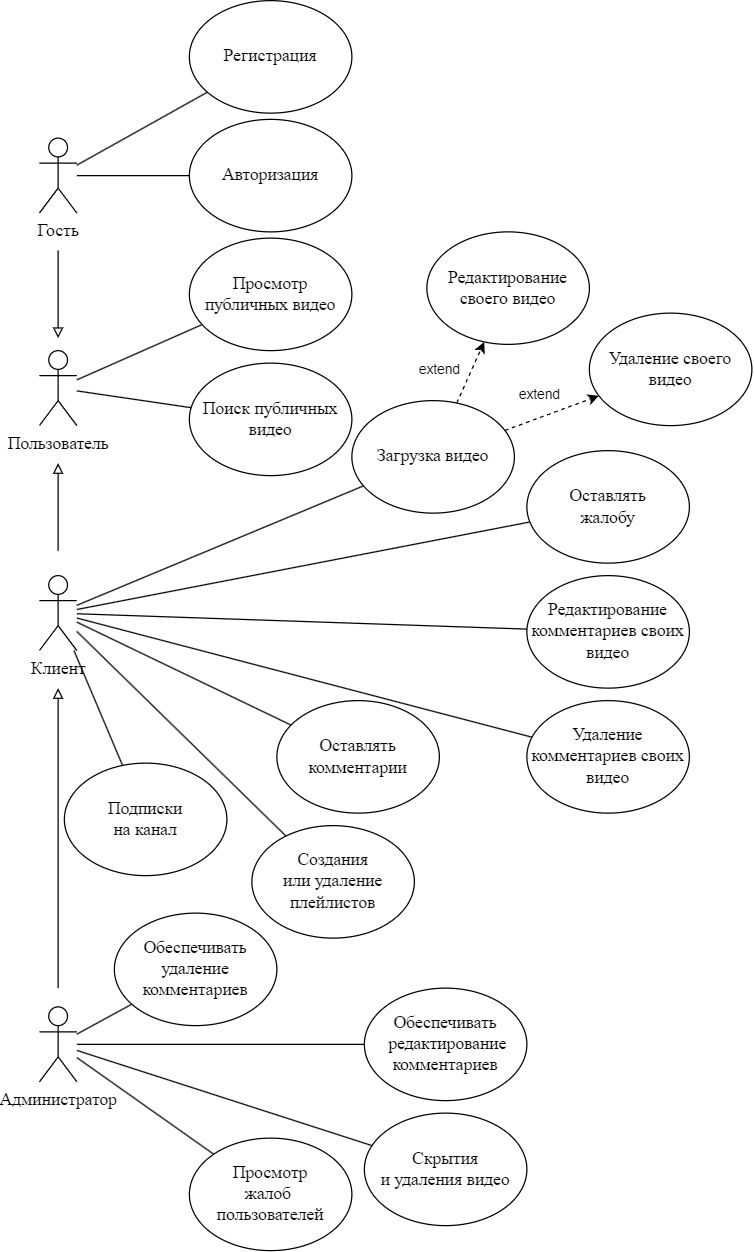
DioMain/BYTUBE keeps this draw.io diagram as USECASE.drawio.png. Above is the earlier version. Source tidied: cells renumbered, new cells last; positions are measured from the earlier drawing's top-left corner, leaving out a move shared by most shapes.
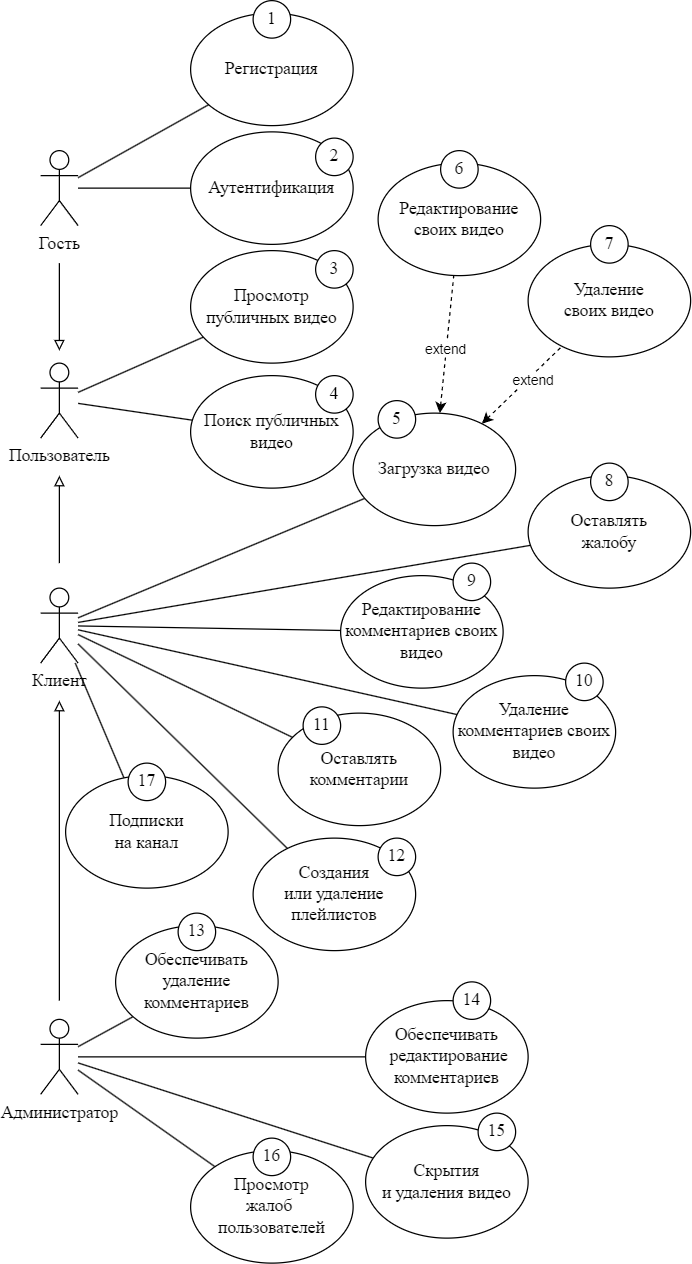
Above is the later version.

Change to the diagram source:
```diff
@@ -86,29 +86,32 @@
     <mxCell id="26" value="Регистрация" style="ellipse;whiteSpace=wrap;html=1;fontFamily=Times New Roman;fontSize=14;" parent="1" vertex="1">
       <mxGeometry x="120" width="130" height="90" as="geometry" />
     </mxCell>
-    <mxCell id="27" value="Авторизация" style="ellipse;whiteSpace=wrap;html=1;fontFamily=Times New Roman;fontSize=14;" parent="1" vertex="1">
+    <mxCell id="27" value="Аутентификация" style="ellipse;whiteSpace=wrap;html=1;fontFamily=Times New Roman;fontSize=14;" parent="1" vertex="1">
       <mxGeometry x="120" y="95" width="130" height="90" as="geometry" />
     </mxCell>
-    <mxCell id="28" style="edgeStyle=none;shape=connector;rounded=0;jettySize=auto;html=1;strokeColor=default;align=center;verticalAlign=middle;fontFamily=Helvetica;fontSize=11;fontColor=default;labelBackgroundColor=default;endArrow=classic;endFill=1;dashed=1;" parent="1" edge="1" source="31" target="41">
-      <mxGeometry relative="1" as="geometry" />
-    </mxCell>
-    <mxCell id="29" style="edgeStyle=none;shape=connector;rounded=0;jettySize=auto;html=1;strokeColor=default;align=center;verticalAlign=middle;fontFamily=Helvetica;fontSize=11;fontColor=default;labelBackgroundColor=default;endArrow=classic;endFill=1;dashed=1;" parent="1" edge="1" source="31" target="40">
-      <mxGeometry relative="1" as="geometry" />
-    </mxCell>
-    <mxCell id="30" value="&lt;div style=&quot;text-align: start;&quot;&gt;&lt;br&gt;&lt;/div&gt;" style="edgeLabel;html=1;align=center;verticalAlign=middle;fontFamily=Helvetica;fontSize=11;fontColor=default;labelBackgroundColor=default;" parent="29" vertex="1">
-      <mxGeometry x="-0.02" y="3" relative="1" as="geometry" />
-    </mxCell>
+    <mxCell id="46" style="edgeStyle=none;rounded=0;jettySize=auto;html=1;dashed=1;startArrow=classic;startFill=1;endArrow=none;endFill=0;" parent="1" edge="1" source="31" target="57">
+      <mxGeometry relative="1" as="geometry" />
+    </mxCell>
+    <mxCell id="47" value="extend" style="edgeLabel;html=1;align=center;verticalAlign=middle;fontFamily=Helvetica;fontSize=11;fontColor=default;labelBackgroundColor=default;" parent="46" vertex="1">
+      <mxGeometry x="0.22" y="-3" relative="1" as="geometry" />
+    </mxCell>
+    <mxCell id="48" style="edgeStyle=none;shape=connector;rounded=0;jettySize=auto;html=1;dashed=1;strokeColor=default;align=center;verticalAlign=middle;fontFamily=Helvetica;fontSize=11;fontColor=default;labelBackgroundColor=default;endArrow=none;endFill=0;startArrow=classic;startFill=1;" parent="1" edge="1" source="31" target="56">
+      <mxGeometry relative="1" as="geometry" />
+    </mxCell>
+    <mxCell id="49" value="extend" style="edgeLabel;html=1;align=center;verticalAlign=middle;fontFamily=Helvetica;fontSize=11;fontColor=default;labelBackgroundColor=default;" parent="48" vertex="1">
+      <mxGeometry x="-0.05" y="1" relative="1" as="geometry" />
+    </mxCell>
-    <mxCell id="31" value="&lt;span style=&quot;font-family: &amp;quot;Times New Roman&amp;quot;, serif;&quot;&gt;Загрузка&amp;nbsp;видео&lt;/span&gt;" style="ellipse;whiteSpace=wrap;html=1;fontFamily=Times New Roman;fontSize=14;" parent="1" vertex="1">
+    <mxCell id="31" value="&lt;span style=&quot;font-family: &amp;quot;Times New Roman&amp;quot;, serif;&quot;&gt;Загрузка&lt;/span&gt;&lt;span style=&quot;font-family: &amp;quot;Times New Roman&amp;quot;, serif;&quot;&gt;&amp;nbsp;видео&lt;/span&gt;" style="ellipse;whiteSpace=wrap;html=1;fontFamily=Times New Roman;fontSize=14;" parent="1" vertex="1">
       <mxGeometry x="250" y="320" width="130" height="90" as="geometry" />
     </mxCell>
     <mxCell id="32" value="&lt;span style=&quot;font-size: 14px; font-family: &amp;quot;Times New Roman&amp;quot;, serif;&quot;&gt;Оставлять&lt;br style=&quot;font-size: 14px;&quot;&gt;комментарии&lt;/span&gt;" style="ellipse;whiteSpace=wrap;html=1;fontFamily=Times New Roman;fontSize=14;" parent="1" vertex="1">
       <mxGeometry x="190" y="560" width="130" height="90" as="geometry" />
     </mxCell>
     <mxCell id="33" value="&lt;span style=&quot;font-size: 14px; font-family: &amp;quot;Times New Roman&amp;quot;, serif;&quot;&gt;Оставлять&lt;br style=&quot;font-size: 14px;&quot;&gt;жалобу&lt;/span&gt;" style="ellipse;whiteSpace=wrap;html=1;fontFamily=Times New Roman;fontSize=14;" parent="1" vertex="1">
-      <mxGeometry x="390" y="360" width="130" height="90" as="geometry" />
+      <mxGeometry x="390" y="370" width="130" height="90" as="geometry" />
     </mxCell>
     <mxCell id="34" value="&lt;span style=&quot;font-size: 14px; font-family: &amp;quot;Times New Roman&amp;quot;, serif;&quot;&gt;&amp;nbsp;Удаление&amp;nbsp;&lt;/span&gt;&lt;div&gt;&lt;span style=&quot;font-size: 14px; font-family: &amp;quot;Times New Roman&amp;quot;, serif;&quot;&gt;комментариев своих видео&lt;/span&gt;&lt;/div&gt;" style="ellipse;whiteSpace=wrap;html=1;fontFamily=Times New Roman;fontSize=14;" parent="1" vertex="1">
-      <mxGeometry x="390" y="560" width="130" height="90" as="geometry" />
+      <mxGeometry x="330" y="530" width="130" height="90" as="geometry" />
     </mxCell>
     <mxCell id="35" value="&lt;span style=&quot;font-size: 14px; font-family: &amp;quot;Times New Roman&amp;quot;, serif;&quot;&gt;Подписки&lt;br style=&quot;font-size: 14px;&quot;&gt;на канал&lt;/span&gt;" style="ellipse;whiteSpace=wrap;html=1;fontFamily=Times New Roman;fontSize=14;" parent="1" vertex="1">
       <mxGeometry x="20" y="610" width="130" height="90" as="geometry" />
@@ -125,23 +128,68 @@
     <mxCell id="39" value="&lt;span style=&quot;font-size: 14px; font-family: &amp;quot;Times New Roman&amp;quot;, serif;&quot;&gt;Обеспечивать&lt;/span&gt;&lt;div&gt;&lt;span style=&quot;font-size: 14px; font-family: &amp;quot;Times New Roman&amp;quot;, serif;&quot;&gt;&amp;nbsp;редактирование комментариев&lt;/span&gt;&lt;/div&gt;" style="ellipse;whiteSpace=wrap;html=1;fontFamily=Times New Roman;fontSize=14;" parent="1" vertex="1">
       <mxGeometry x="260" y="790" width="130" height="90" as="geometry" />
     </mxCell>
-    <mxCell id="40" value="&lt;span style=&quot;font-family: &amp;quot;Times New Roman&amp;quot;, serif;&quot;&gt;Редактирование своего видео&lt;/span&gt;" style="ellipse;whiteSpace=wrap;html=1;fontFamily=Times New Roman;fontSize=14;" parent="1" vertex="1">
-      <mxGeometry x="310" y="185" width="130" height="90" as="geometry" />
-    </mxCell>
-    <mxCell id="41" value="&lt;span style=&quot;font-family: &amp;quot;Times New Roman&amp;quot;, serif;&quot;&gt;Удаление своего видео&lt;/span&gt;" style="ellipse;whiteSpace=wrap;html=1;fontFamily=Times New Roman;fontSize=14;" parent="1" vertex="1">
-      <mxGeometry x="440" y="250" width="130" height="90" as="geometry" />
-    </mxCell>
     <mxCell id="42" value="&lt;span style=&quot;font-size: 14px; font-family: &amp;quot;Times New Roman&amp;quot;, serif;&quot;&gt;Редактирование комментариев своих видео&lt;/span&gt;" style="ellipse;whiteSpace=wrap;html=1;fontFamily=Times New Roman;fontSize=14;" parent="1" vertex="1">
-      <mxGeometry x="390" y="460" width="130" height="90" as="geometry" />
+      <mxGeometry x="240" y="450" width="130" height="90" as="geometry" />
     </mxCell>
-    <mxCell id="43" value="extend" style="text;html=1;align=center;verticalAlign=middle;strokeColor=none;fillColor=none;fontFamily=Helvetica;fontSize=11;fontColor=default;labelBackgroundColor=default;" parent="1" vertex="1">
-      <mxGeometry x="290" y="280" width="60" height="30" as="geometry" />
-    </mxCell>
-    <mxCell id="44" value="extend" style="text;html=1;align=center;verticalAlign=middle;strokeColor=none;fillColor=none;fontFamily=Helvetica;fontSize=11;fontColor=default;labelBackgroundColor=default;" parent="1" vertex="1">
-      <mxGeometry x="370" y="300" width="60" height="30" as="geometry" />
-    </mxCell>
     <mxCell id="45" value="&lt;span style=&quot;font-size: 14px; font-family: &amp;quot;Times New Roman&amp;quot;, serif;&quot;&gt;Обеспечивать&lt;br style=&quot;font-size: 14px;&quot;&gt;удаление комментариев&lt;/span&gt;" style="ellipse;whiteSpace=wrap;html=1;fontFamily=Times New Roman;fontSize=14;" parent="1" vertex="1">
       <mxGeometry x="60" y="730" width="130" height="90" as="geometry" />
     </mxCell>
+    <mxCell id="50" value="1" style="ellipse;whiteSpace=wrap;html=1;fontFamily=Times New Roman;fontSize=14;" parent="1" vertex="1">
+      <mxGeometry x="170" y="-10" width="30" height="30" as="geometry" />
+    </mxCell>
+    <mxCell id="51" value="2" style="ellipse;whiteSpace=wrap;html=1;fontFamily=Times New Roman;fontSize=14;" parent="1" vertex="1">
+      <mxGeometry x="220" y="100" width="30" height="30" as="geometry" />
+    </mxCell>
+    <mxCell id="52" value="3" style="ellipse;whiteSpace=wrap;html=1;fontFamily=Times New Roman;fontSize=14;" parent="1" vertex="1">
+      <mxGeometry x="220" y="190" width="30" height="30" as="geometry" />
+    </mxCell>
+    <mxCell id="53" value="4" style="ellipse;whiteSpace=wrap;html=1;fontFamily=Times New Roman;fontSize=14;" parent="1" vertex="1">
+      <mxGeometry x="220" y="290" width="30" height="30" as="geometry" />
+    </mxCell>
+    <mxCell id="54" value="5" style="ellipse;whiteSpace=wrap;html=1;fontFamily=Times New Roman;fontSize=14;" parent="1" vertex="1">
+      <mxGeometry x="270" y="310" width="30" height="30" as="geometry" />
+    </mxCell>
+    <mxCell id="55" value="17" style="ellipse;whiteSpace=wrap;html=1;fontFamily=Times New Roman;fontSize=14;" parent="1" vertex="1">
+      <mxGeometry x="70" y="600" width="30" height="30" as="geometry" />
+    </mxCell>
+    <mxCell id="56" value="&lt;span style=&quot;font-family: &amp;quot;Times New Roman&amp;quot;, serif;&quot;&gt;Редактирование своих&amp;nbsp;&lt;/span&gt;&lt;span style=&quot;font-family: &amp;quot;Times New Roman&amp;quot;, serif; background-color: initial;&quot;&gt;видео&lt;/span&gt;" style="ellipse;whiteSpace=wrap;html=1;fontFamily=Times New Roman;fontSize=14;" parent="1" vertex="1">
+      <mxGeometry x="270" y="120" width="130" height="90" as="geometry" />
+    </mxCell>
+    <mxCell id="57" value="&lt;span style=&quot;font-family: &amp;quot;Times New Roman&amp;quot;, serif;&quot;&gt;Удаление своих&lt;/span&gt;&lt;span style=&quot;font-family: &amp;quot;Times New Roman&amp;quot;, serif;&quot;&gt;&amp;nbsp;видео&lt;/span&gt;" style="ellipse;whiteSpace=wrap;html=1;fontFamily=Times New Roman;fontSize=14;" parent="1" vertex="1">
+      <mxGeometry x="390" y="185" width="130" height="90" as="geometry" />
+    </mxCell>
+    <mxCell id="58" value="6" style="ellipse;whiteSpace=wrap;html=1;fontFamily=Times New Roman;fontSize=14;" parent="1" vertex="1">
+      <mxGeometry x="320" y="110" width="30" height="30" as="geometry" />
+    </mxCell>
+    <mxCell id="59" value="7" style="ellipse;whiteSpace=wrap;html=1;fontFamily=Times New Roman;fontSize=14;" parent="1" vertex="1">
+      <mxGeometry x="440" y="170" width="30" height="30" as="geometry" />
+    </mxCell>
+    <mxCell id="60" value="8" style="ellipse;whiteSpace=wrap;html=1;fontFamily=Times New Roman;fontSize=14;" parent="1" vertex="1">
+      <mxGeometry x="440" y="360" width="30" height="30" as="geometry" />
+    </mxCell>
+    <mxCell id="61" value="9" style="ellipse;whiteSpace=wrap;html=1;fontFamily=Times New Roman;fontSize=14;" parent="1" vertex="1">
+      <mxGeometry x="330" y="440" width="30" height="30" as="geometry" />
+    </mxCell>
+    <mxCell id="62" value="10" style="ellipse;whiteSpace=wrap;html=1;fontFamily=Times New Roman;fontSize=14;" parent="1" vertex="1">
+      <mxGeometry x="420" y="520" width="30" height="30" as="geometry" />
+    </mxCell>
+    <mxCell id="63" value="11" style="ellipse;whiteSpace=wrap;html=1;fontFamily=Times New Roman;fontSize=14;" parent="1" vertex="1">
+      <mxGeometry x="210" y="555" width="30" height="30" as="geometry" />
+    </mxCell>
+    <mxCell id="64" value="12" style="ellipse;whiteSpace=wrap;html=1;fontFamily=Times New Roman;fontSize=14;" parent="1" vertex="1">
+      <mxGeometry x="270" y="660" width="30" height="30" as="geometry" />
+    </mxCell>
+    <mxCell id="65" value="13" style="ellipse;whiteSpace=wrap;html=1;fontFamily=Times New Roman;fontSize=14;" parent="1" vertex="1">
+      <mxGeometry x="110" y="720" width="30" height="30" as="geometry" />
+    </mxCell>
+    <mxCell id="66" value="14" style="ellipse;whiteSpace=wrap;html=1;fontFamily=Times New Roman;fontSize=14;" parent="1" vertex="1">
+      <mxGeometry x="330" y="775" width="30" height="30" as="geometry" />
+    </mxCell>
+    <mxCell id="67" value="15" style="ellipse;whiteSpace=wrap;html=1;fontFamily=Times New Roman;fontSize=14;" parent="1" vertex="1">
+      <mxGeometry x="350" y="880" width="30" height="30" as="geometry" />
+    </mxCell>
+    <mxCell id="68" value="16" style="ellipse;whiteSpace=wrap;html=1;fontFamily=Times New Roman;fontSize=14;" parent="1" vertex="1">
+      <mxGeometry x="170" y="900" width="30" height="30" as="geometry" />
+    </mxCell>
   </root>
 </mxGraphModel>
```
